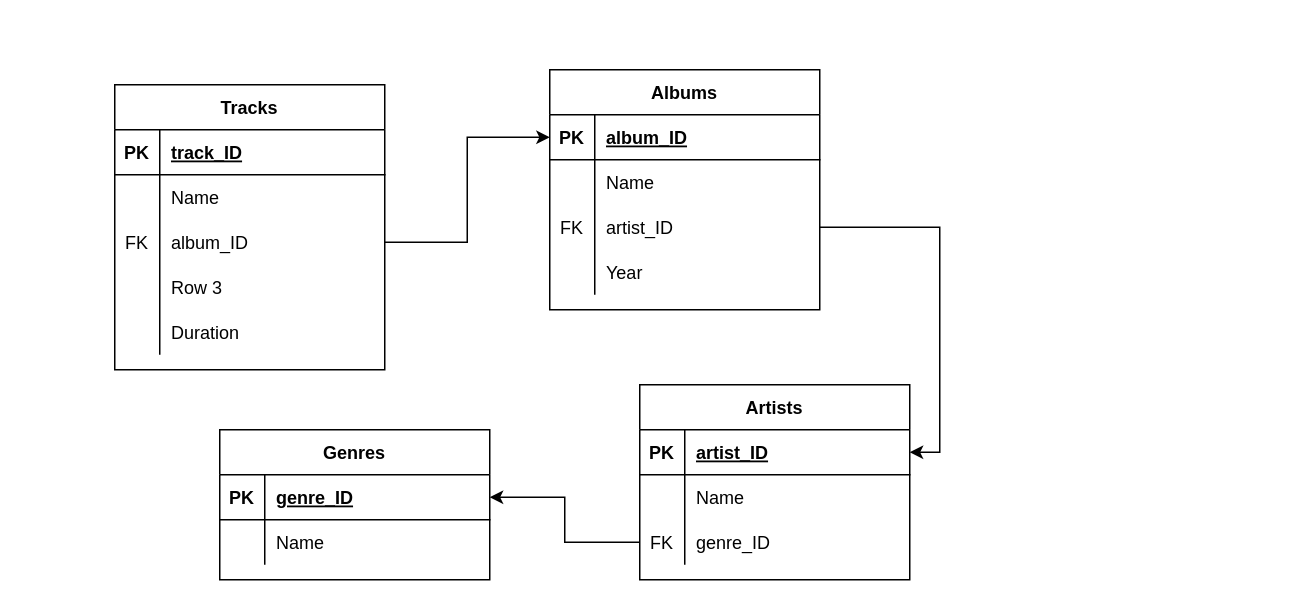
Above: task_1.drawio in KeplerXIII/MusicSite (draw.io), before the change. Source tidied: cells renumbered, new cells numbered last; positions are measured from the earlier drawing's top-left corner, leaving out a move shared by most shapes. Both pictures are drawn from the tidied source at 150%, with x=0, y=0 at pixel (114, 69).
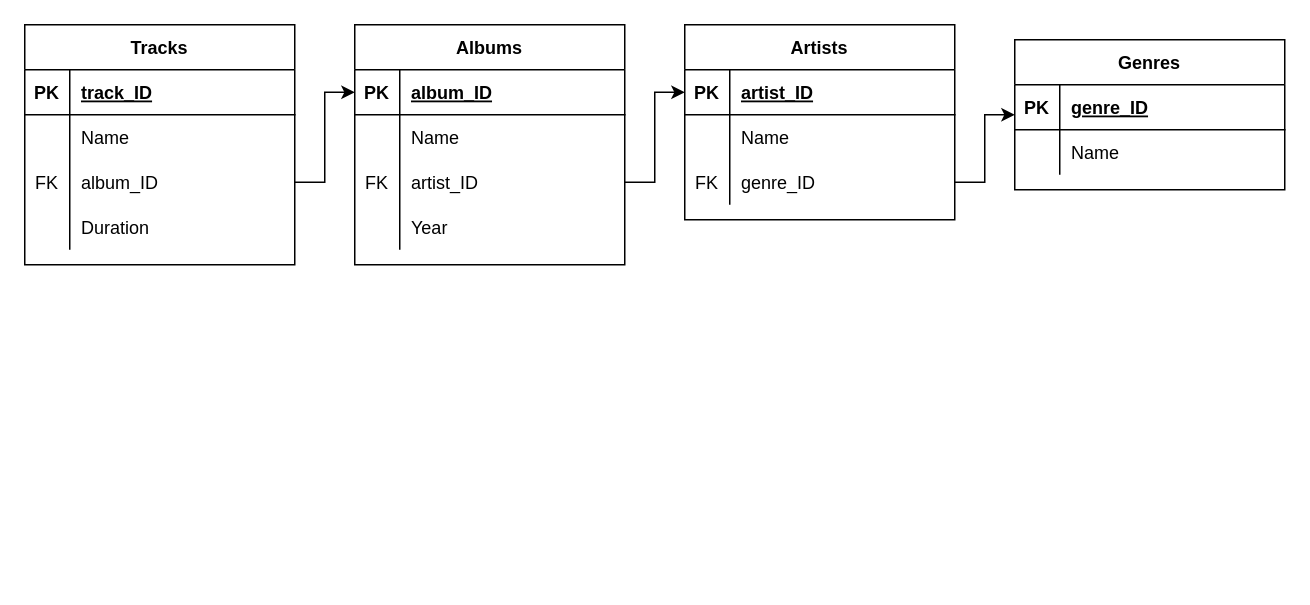
The same page after the edit.

Unchanged cells that the change refers to:
```xml
<mxCell id="3" style="shape=tableRow;horizontal=0;startSize=0;swimlaneHead=0;swimlaneBody=0;fillColor=none;points=[[0,0.5],[1,0.5]];portConstraint=eastwest;top=0;left=0;right=0;bottom=1;" parent="2" vertex="1">
  <mxGeometry y="30" width="180" height="30" as="geometry" />
</mxCell>
<mxCell id="10" style="shape=tableRow;horizontal=0;startSize=0;swimlaneHead=0;swimlaneBody=0;fillColor=none;points=[[0,0.5],[1,0.5]];portConstraint=eastwest;top=0;left=0;right=0;bottom=1;" parent="9" vertex="1">
  <mxGeometry y="30" width="180" height="30" as="geometry" />
</mxCell>
<mxCell id="16" style="shape=tableRow;horizontal=0;startSize=0;swimlaneHead=0;swimlaneBody=0;fillColor=none;points=[[0,0.5],[1,0.5]];portConstraint=eastwest;top=0;left=0;right=0;bottom=0;" parent="9" vertex="1">
  <mxGeometry y="90" width="180" height="30" as="geometry" />
</mxCell>
<mxCell id="26" style="shape=tableRow;horizontal=0;startSize=0;swimlaneHead=0;swimlaneBody=0;fillColor=none;points=[[0,0.5],[1,0.5]];portConstraint=eastwest;top=0;left=0;right=0;bottom=0;" parent="19" vertex="1">
  <mxGeometry y="90" width="180" height="30" as="geometry" />
</mxCell>
```

What changed in the source:
```diff
@@
     <mxCell id="2" value="Genres" style="shape=table;startSize=30;childLayout=tableLayout;rowLines=0;fontStyle=1;align=center;" parent="1" vertex="1">
-      <mxGeometry x="70" y="240" width="180" height="100" as="geometry" />
+      <mxGeometry x="600" y="-20" width="180" height="100" as="geometry" />
     </mxCell>
@@
     <mxCell id="9" value="Artists" style="shape=table;startSize=30;childLayout=tableLayout;rowLines=0;fontStyle=1;align=center;" parent="1" vertex="1">
-      <mxGeometry x="350" y="210" width="180" height="130" as="geometry" />
+      <mxGeometry x="380" y="-30" width="180" height="130" as="geometry" />
     </mxCell>
@@
     <mxCell id="19" value="Albums" style="shape=table;startSize=30;childLayout=tableLayout;rowLines=0;fontStyle=1;align=center;" parent="1" vertex="1">
-      <mxGeometry x="290" width="180" height="160" as="geometry" />
+      <mxGeometry x="160" y="-30" width="180" height="160" as="geometry" />
     </mxCell>
@@
     <mxCell id="32" value="Tracks" style="shape=table;startSize=30;childLayout=tableLayout;rowLines=0;fontStyle=1;align=center;" parent="1" vertex="1">
-      <mxGeometry y="10" width="180" height="190" as="geometry" />
+      <mxGeometry x="-60" y="-30" width="180" height="160" as="geometry" />
     </mxCell>
@@
-    <mxCell id="42" style="shape=tableRow;horizontal=0;startSize=0;swimlaneHead=0;swimlaneBody=0;fillColor=none;top=0;left=0;right=0;bottom=0;" parent="32" vertex="1">
-      <mxGeometry y="120" width="180" height="30" as="geometry" />
-    </mxCell>
-    <mxCell id="43" style="shape=partialRectangle;fillColor=none;top=0;left=0;bottom=0;right=0;overflow=hidden;" parent="42" vertex="1">
-      <mxGeometry width="30" height="30" as="geometry" />
-    </mxCell>
-    <mxCell id="44" value="Row 3" style="shape=partialRectangle;fillColor=none;top=0;left=0;bottom=0;right=0;align=left;spacingLeft=6;overflow=hidden;" parent="42" vertex="1">
-      <mxGeometry x="30" width="150" height="30" as="geometry" />
-    </mxCell>
     <mxCell id="45" style="shape=tableRow;horizontal=0;startSize=0;swimlaneHead=0;swimlaneBody=0;fillColor=none;top=0;left=0;right=0;bottom=0;" parent="32" vertex="1">
-      <mxGeometry y="150" width="180" height="30" as="geometry" />
+      <mxGeometry y="120" width="180" height="30" as="geometry" />
     </mxCell>
@@
-    <mxCell id="49" style="edgeStyle=orthogonalEdgeStyle;rounded=0;jettySize=auto;html=1;entryX=1;entryY=0.5;entryDx=0;entryDy=0;" parent="1" edge="1" source="26" target="10">
+    <mxCell id="49" style="edgeStyle=orthogonalEdgeStyle;rounded=0;jettySize=auto;html=1;entryX=0;entryY=0.5;entryDx=0;entryDy=0;" parent="1" edge="1" source="26" target="10">
       <mxGeometry relative="1" as="geometry" />
     </mxCell>
-    <mxCell id="50" style="edgeStyle=orthogonalEdgeStyle;rounded=0;jettySize=auto;html=1;entryX=1;entryY=0.5;entryDx=0;entryDy=0;" parent="1" edge="1" source="16" target="3">
-      <mxGeometry relative="1" as="geometry" />
-    </mxCell>
+    <mxCell id="51" style="edgeStyle=orthogonalEdgeStyle;rounded=0;jettySize=auto;html=1;entryX=0;entryY=0.5;entryDx=0;entryDy=0;" parent="1" edge="1" source="16" target="2">
+      <mxGeometry relative="1" as="geometry" />
+    </mxCell>
```
